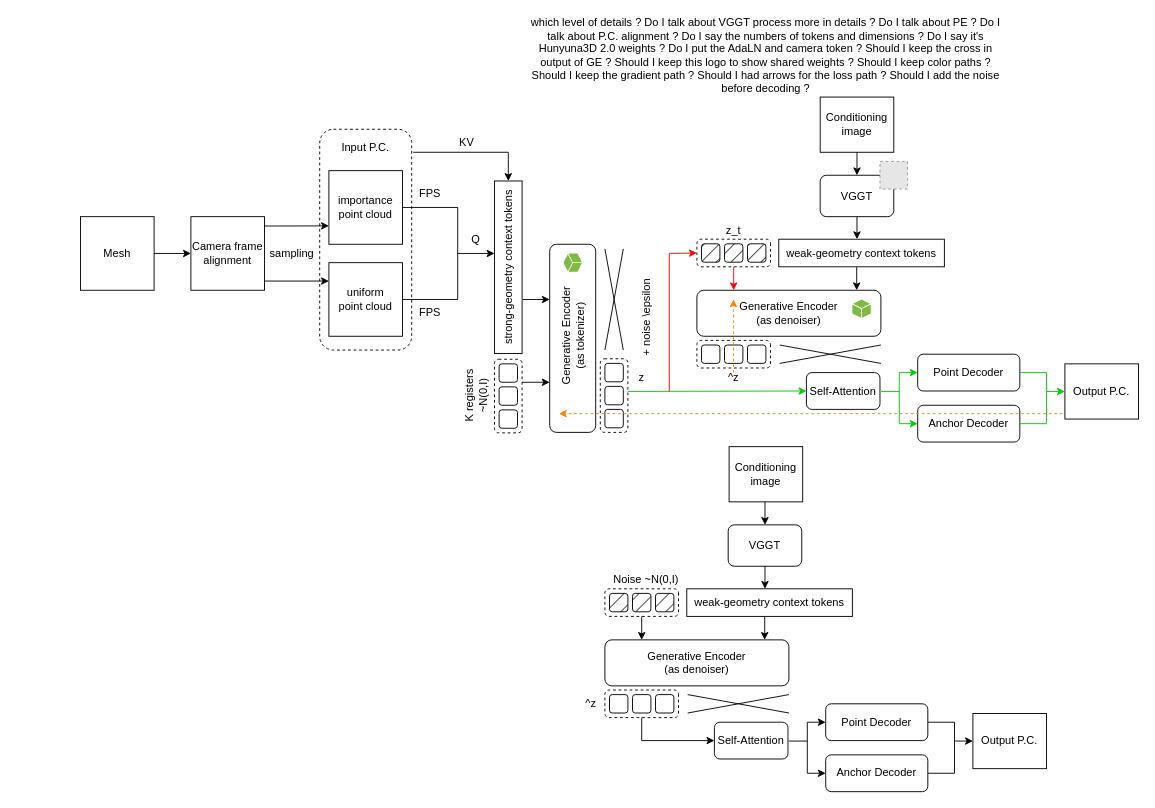
NathanRouille/HY3DGS keeps this draw.io diagram as teaser.drawio. Above is the earlier version. Source tidied: cells renumbered, new cells numbered last; positions are measured from the earlier drawing's top-left corner, leaving out a move shared by most shapes. Both pictures are drawn from the tidied source at 92%, with x=0, y=0 at pixel (80, 41). Pictures stored in the file or linked from it are replaced by grey dashed boxes.
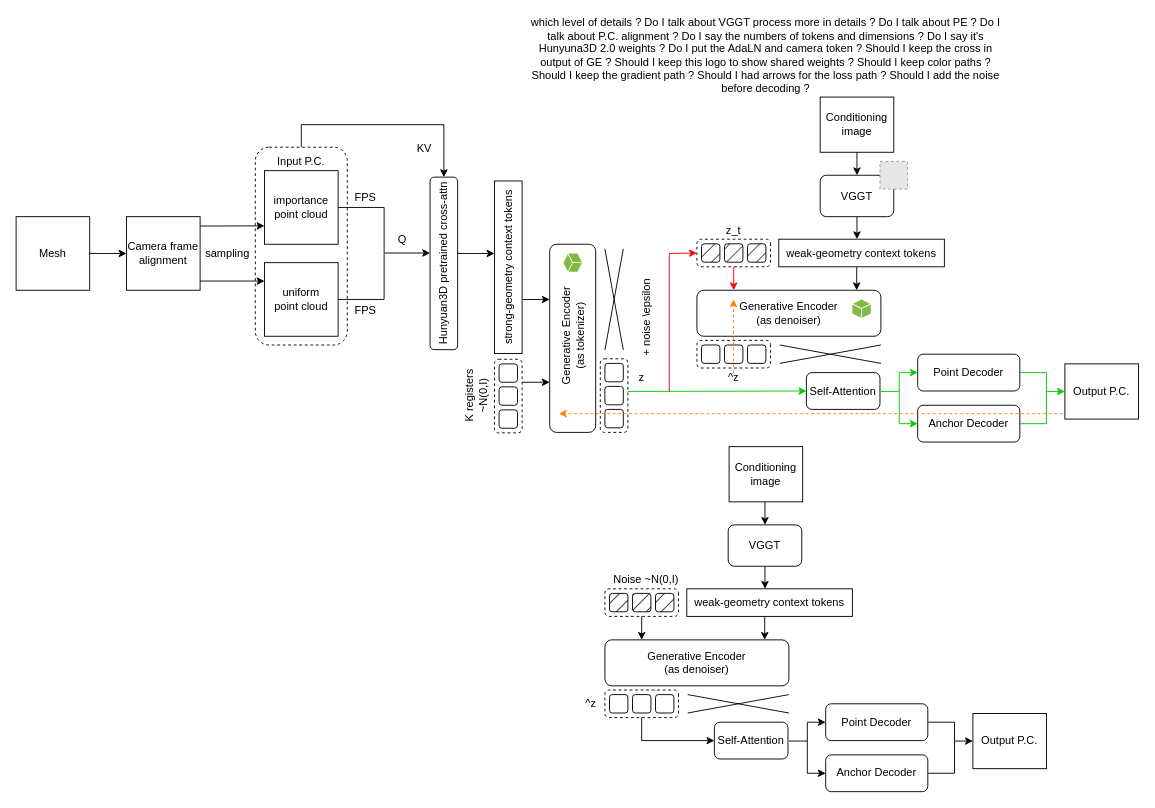
After the change.

Commit message (it also covers changes not shown here):
Mettre à jour teaser.drawio

The change refers to these unchanged cells:
```xml
<mxCell id="19" style="rounded=0;whiteSpace=wrap;html=1;" parent="1" vertex="1">
  <mxGeometry x="450" y="151.2" width="30" height="187.5" as="geometry" />
</mxCell>
```

What changed in the source:
```diff
@@
     <mxCell id="6" style="rounded=1;whiteSpace=wrap;html=1;strokeColor=default;dashed=1;" parent="1" vertex="1">
-      <mxGeometry x="260" y="95" width="100" height="240" as="geometry" />
+      <mxGeometry x="190" y="114.5" width="100" height="215" as="geometry" />
     </mxCell>
     <mxCell id="7" value="Camera frame alignment" style="whiteSpace=wrap;html=1;" parent="1" vertex="1">
-      <mxGeometry x="120" y="190" width="80" height="80" as="geometry" />
+      <mxGeometry x="50" y="190" width="80" height="80" as="geometry" />
     </mxCell>
     <mxCell id="8" value="importance&lt;div&gt;point cloud&lt;/div&gt;" style="whiteSpace=wrap;html=1;" parent="1" vertex="1">
-      <mxGeometry x="270" y="140" width="80" height="80" as="geometry" />
+      <mxGeometry x="200" y="140" width="80" height="80" as="geometry" />
     </mxCell>
     <mxCell id="9" value="uniform&lt;div&gt;point cloud&lt;/div&gt;" style="whiteSpace=wrap;html=1;" parent="1" vertex="1">
-      <mxGeometry x="270" y="240" width="80" height="80" as="geometry" />
+      <mxGeometry x="200" y="240" width="80" height="80" as="geometry" />
     </mxCell>
     <mxCell id="10" style="endArrow=classic;html=1;rounded=0;entryX=0;entryY=0.75;entryDx=0;entryDy=0;" parent="1" edge="1" target="8">
       <mxGeometry relative="1" as="geometry">
-        <mxPoint x="200" y="200.2" as="sourcePoint" />
+        <mxPoint x="130" y="200.2" as="sourcePoint" />
       </mxGeometry>
     </mxCell>
     <mxCell id="11" style="endArrow=classic;html=1;rounded=0;entryX=0;entryY=0.25;entryDx=0;entryDy=0;" parent="1" edge="1" target="9">
       <mxGeometry relative="1" as="geometry">
-        <mxPoint x="200" y="260" as="sourcePoint" />
+        <mxPoint x="130" y="260" as="sourcePoint" />
       </mxGeometry>
     </mxCell>
-    <mxCell id="12" style="endArrow=classic;html=1;rounded=0;" parent="1" edge="1">
+    <mxCell id="12" style="endArrow=classic;html=1;rounded=0;exitX=1;exitY=0.5;exitDx=0;exitDy=0;" parent="1" edge="1" source="8">
       <mxGeometry relative="1" as="geometry">
-        <mxPoint x="350" y="180" as="sourcePoint" />
-        <mxPoint x="450" y="230" as="targetPoint" />
+        <mxPoint x="380" y="229.5" as="targetPoint" />
         <Array as="points">
-          <mxPoint x="410" y="180" />
-          <mxPoint x="410" y="230" />
+          <mxPoint x="330" y="180" />
+          <mxPoint x="330" y="229.5" />
         </Array>
       </mxGeometry>
     </mxCell>
     <mxCell id="13" value="FPS" style="text;html=1;whiteSpace=wrap;strokeColor=none;fillColor=none;align=center;verticalAlign=middle;rounded=0;" parent="1" vertex="1">
-      <mxGeometry x="350" y="150" width="60" height="30" as="geometry" />
+      <mxGeometry x="280" y="155" width="60" height="30" as="geometry" />
     </mxCell>
     <mxCell id="14" style="endArrow=none;html=1;rounded=0;exitX=1;exitY=0.5;exitDx=0;exitDy=0;" parent="1" edge="1" source="9">
       <mxGeometry relative="1" as="geometry">
-        <mxPoint x="410" y="230" as="targetPoint" />
+        <mxPoint x="330" y="230" as="targetPoint" />
         <Array as="points">
-          <mxPoint x="410" y="280" />
+          <mxPoint x="330" y="280" />
         </Array>
       </mxGeometry>
     </mxCell>
     <mxCell id="15" value="FPS" style="text;html=1;whiteSpace=wrap;strokeColor=none;fillColor=none;align=center;verticalAlign=middle;rounded=0;" parent="1" vertex="1">
-      <mxGeometry x="350" y="280" width="60" height="30" as="geometry" />
+      <mxGeometry x="280" y="277" width="60" height="30" as="geometry" />
     </mxCell>
     <mxCell id="16" value="Q" style="text;html=1;whiteSpace=wrap;strokeColor=none;fillColor=none;align=center;verticalAlign=middle;rounded=0;" parent="1" vertex="1">
-      <mxGeometry x="400" y="200" width="60" height="30" as="geometry" />
+      <mxGeometry x="320" y="200" width="60" height="30" as="geometry" />
     </mxCell>
     <mxCell id="17" value="Input P.C." style="text;html=1;whiteSpace=wrap;strokeColor=none;fillColor=none;align=center;verticalAlign=middle;rounded=0;" parent="1" vertex="1">
-      <mxGeometry x="280" y="100" width="60" height="30" as="geometry" />
+      <mxGeometry x="210" y="114.5" width="60" height="30" as="geometry" />
     </mxCell>
-    <mxCell id="18" style="endArrow=classic;html=1;rounded=0;entryX=0.5;entryY=0;entryDx=0;entryDy=0;" parent="1" edge="1" target="19">
-      <mxGeometry relative="1" as="geometry">
-        <mxPoint x="361.6" y="120" as="sourcePoint" />
-        <Array as="points">
-          <mxPoint x="465" y="120" />
-        </Array>
-      </mxGeometry>
-    </mxCell>
@@
     <mxCell id="21" value="KV" style="text;html=1;whiteSpace=wrap;strokeColor=none;fillColor=none;align=center;verticalAlign=middle;rounded=0;" parent="1" vertex="1">
-      <mxGeometry x="390" y="95" width="60" height="30" as="geometry" />
+      <mxGeometry x="344" y="101" width="60" height="30" as="geometry" />
     </mxCell>
@@
     <mxCell id="69" value="sampling" style="text;html=1;whiteSpace=wrap;strokeColor=none;fillColor=none;align=center;verticalAlign=middle;rounded=0;" parent="1" vertex="1">
-      <mxGeometry x="200" y="215" width="60" height="30" as="geometry" />
+      <mxGeometry x="130" y="215" width="60" height="30" as="geometry" />
     </mxCell>
@@
     <mxCell id="105" value="Mesh" style="whiteSpace=wrap;html=1;" parent="1" vertex="1">
-      <mxGeometry y="190" width="80" height="80" as="geometry" />
+      <mxGeometry x="-70" y="190" width="80" height="80" as="geometry" />
     </mxCell>
@@
+    <mxCell id="107" value="Hunyuan3D pretrained cross-attn" style="rounded=1;whiteSpace=wrap;html=1;rotation=-90;" parent="1" vertex="1">
+      <mxGeometry x="301.2" y="225.8" width="187.5" height="30" as="geometry" />
+    </mxCell>
+    <mxCell id="108" style="endArrow=classic;html=1;rounded=0;" parent="1" edge="1">
+      <mxGeometry relative="1" as="geometry">
+        <mxPoint x="409.5" y="230" as="sourcePoint" />
+        <mxPoint x="450" y="230" as="targetPoint" />
+      </mxGeometry>
+    </mxCell>
+    <mxCell id="109" style="endArrow=classic;html=1;rounded=0;entryX=1;entryY=0.5;entryDx=0;entryDy=0;exitX=0.5;exitY=0;exitDx=0;exitDy=0;" parent="1" edge="1" source="6" target="107">
+      <mxGeometry relative="1" as="geometry">
+        <Array as="points">
+          <mxPoint x="240" y="90" />
+          <mxPoint x="395" y="90" />
+        </Array>
+      </mxGeometry>
+    </mxCell>
```
